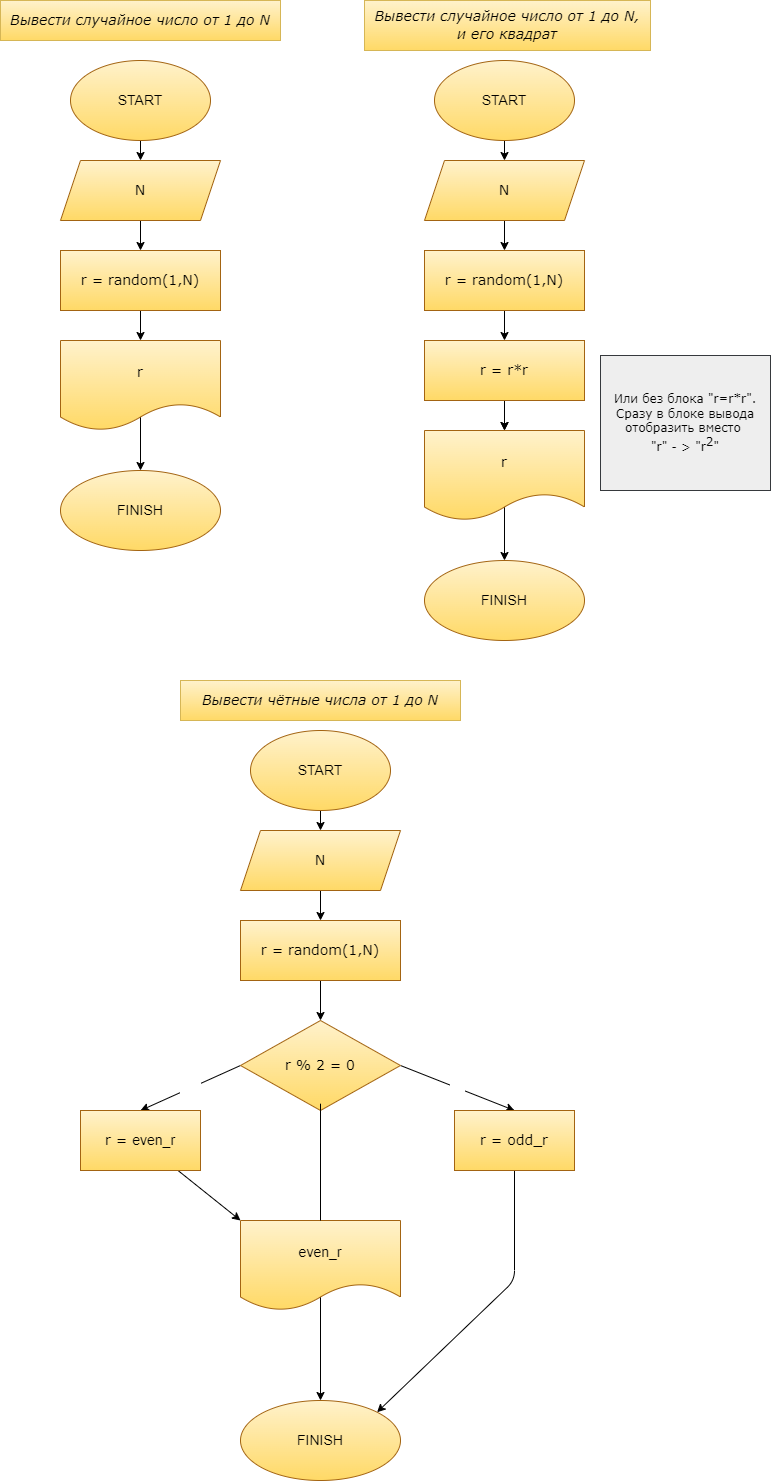
szely/practice_temp keeps this draw.io diagram as flowchart.drawio.png. Above is the earlier version. Source tidied: cells renumbered, new cells last; positions are measured from the earlier drawing's top-left corner, leaving out a move shared by most shapes. The source it was exported from:
```xml
<mxGraphModel>
  <root>
    <mxCell id="0" />
    <mxCell id="1" parent="0" />
    <mxCell id="2" style="edgeStyle=none;html=1;fontFamily=Verdana;fontSize=12;fontColor=#000000;" parent="1" edge="1" source="3" target="6">
      <mxGeometry relative="1" as="geometry" />
    </mxCell>
    <mxCell id="3" value="START" style="ellipse;whiteSpace=wrap;html=1;fillColor=#fff2cc;gradientColor=#ffd966;strokeColor=#A36412;fontColor=#000000;fontSize=14;" parent="1" vertex="1">
      <mxGeometry x="70" y="60" width="140" height="80" as="geometry" />
    </mxCell>
    <mxCell id="4" value="&lt;span style=&quot;font-size: 14px;&quot;&gt;&lt;font face=&quot;Verdana&quot; style=&quot;font-size: 14px;&quot;&gt;Вывести&amp;nbsp;&lt;span style=&quot;font-size: 14px;&quot;&gt;случайное число от 1 до N&lt;/span&gt;&lt;/font&gt;&lt;/span&gt;" style="text;html=1;strokeColor=#d6b656;fillColor=#fff2cc;align=center;verticalAlign=middle;whiteSpace=wrap;rounded=0;strokeWidth=1;gradientColor=#ffd966;labelBorderColor=none;labelBackgroundColor=none;fontStyle=2;fontFamily=Times New Roman;fontSize=14;fontColor=#000000;" parent="1" vertex="1">
      <mxGeometry width="280" height="40" as="geometry" />
    </mxCell>
    <mxCell id="5" style="edgeStyle=none;html=1;fontFamily=Verdana;fontSize=12;fontColor=#000000;" parent="1" edge="1" source="6" target="8">
      <mxGeometry relative="1" as="geometry" />
    </mxCell>
    <mxCell id="6" value="N" style="shape=parallelogram;perimeter=parallelogramPerimeter;whiteSpace=wrap;html=1;fixedSize=1;labelBackgroundColor=none;labelBorderColor=none;fontFamily=Verdana;fontSize=14;strokeWidth=1;fillColor=#fff2cc;gradientColor=#ffd966;strokeColor=#A36412;fontColor=#000000;" parent="1" vertex="1">
      <mxGeometry x="60" y="160" width="160" height="60" as="geometry" />
    </mxCell>
    <mxCell id="7" style="edgeStyle=none;html=1;fontFamily=Verdana;fontSize=14;fontColor=#000000;" parent="1" edge="1" source="8" target="10">
      <mxGeometry relative="1" as="geometry" />
    </mxCell>
    <mxCell id="8" value="&lt;font color=&quot;#000000&quot; style=&quot;font-size: 14px;&quot;&gt;r = random(1,N)&lt;/font&gt;" style="rounded=0;whiteSpace=wrap;html=1;labelBackgroundColor=none;labelBorderColor=none;fontFamily=Verdana;fontSize=14;strokeColor=#A36412;strokeWidth=1;fillColor=#fff2cc;gradientColor=#ffd966;" parent="1" vertex="1">
      <mxGeometry x="60" y="250" width="160" height="60" as="geometry" />
    </mxCell>
    <mxCell id="9" style="edgeStyle=none;html=1;fontFamily=Verdana;fontSize=14;fontColor=#000000;" parent="1" edge="1" source="10" target="11">
      <mxGeometry relative="1" as="geometry">
        <Array as="points">
          <mxPoint x="140" y="430" />
          <mxPoint x="140" y="390" />
        </Array>
      </mxGeometry>
    </mxCell>
    <mxCell id="10" value="r" style="shape=document;whiteSpace=wrap;html=1;boundedLbl=1;labelBackgroundColor=none;labelBorderColor=none;fontFamily=Verdana;fontSize=14;strokeColor=#A36412;strokeWidth=1;fillColor=#fff2cc;gradientColor=#ffd966;fontColor=#000000;" parent="1" vertex="1">
      <mxGeometry x="60" y="340" width="160" height="90" as="geometry" />
    </mxCell>
    <mxCell id="11" value="FINISH" style="ellipse;whiteSpace=wrap;html=1;fillColor=#fff2cc;gradientColor=#ffd966;strokeColor=#A36412;fontColor=#000000;fontSize=14;" parent="1" vertex="1">
      <mxGeometry x="60" y="470" width="160" height="80" as="geometry" />
    </mxCell>
    <mxCell id="12" style="edgeStyle=none;html=1;fontFamily=Verdana;fontSize=12;fontColor=#000000;" parent="1" edge="1" source="13" target="16">
      <mxGeometry relative="1" as="geometry" />
    </mxCell>
    <mxCell id="13" value="START" style="ellipse;whiteSpace=wrap;html=1;fillColor=#fff2cc;gradientColor=#ffd966;strokeColor=#A36412;fontColor=#000000;fontSize=14;" parent="1" vertex="1">
      <mxGeometry x="434" y="60" width="140" height="80" as="geometry" />
    </mxCell>
    <mxCell id="14" value="&lt;span style=&quot;font-size: 14px&quot;&gt;&lt;font style=&quot;font-size: 14px&quot;&gt;Вывести&amp;nbsp;&lt;span style=&quot;font-size: 14px&quot;&gt;случайное число от 1 до N,&lt;br&gt;&lt;/span&gt;&lt;/font&gt;&lt;/span&gt;&lt;div style=&quot;line-height: 19px&quot;&gt;и его квадрат&lt;/div&gt;" style="text;html=1;strokeColor=#d6b656;fillColor=#fff2cc;align=center;verticalAlign=middle;whiteSpace=wrap;rounded=0;strokeWidth=1;gradientColor=#ffd966;labelBorderColor=none;labelBackgroundColor=none;fontStyle=2;fontFamily=Verdana;fontSize=14;fontColor=#000000;" parent="1" vertex="1">
      <mxGeometry x="364" width="286" height="50" as="geometry" />
    </mxCell>
    <mxCell id="15" style="edgeStyle=none;html=1;fontFamily=Verdana;fontSize=12;fontColor=#000000;" parent="1" edge="1" source="16" target="19">
      <mxGeometry relative="1" as="geometry" />
    </mxCell>
    <mxCell id="16" value="N" style="shape=parallelogram;perimeter=parallelogramPerimeter;whiteSpace=wrap;html=1;fixedSize=1;labelBackgroundColor=none;labelBorderColor=none;fontFamily=Verdana;fontSize=14;strokeWidth=1;fillColor=#fff2cc;gradientColor=#ffd966;strokeColor=#A36412;fontColor=#000000;" parent="1" vertex="1">
      <mxGeometry x="424" y="160" width="160" height="60" as="geometry" />
    </mxCell>
    <mxCell id="17" style="edgeStyle=none;html=1;fontFamily=Verdana;fontSize=14;fontColor=#000000;startArrow=none;" parent="1" edge="1" source="34" target="21">
      <mxGeometry relative="1" as="geometry" />
    </mxCell>
    <mxCell id="18" style="edgeStyle=none;html=1;fontFamily=Verdana;fontSize=14;fontColor=#000000;" parent="1" edge="1" source="19" target="34">
      <mxGeometry relative="1" as="geometry" />
    </mxCell>
    <mxCell id="19" value="&lt;font color=&quot;#000000&quot; style=&quot;font-size: 14px;&quot;&gt;r = random(1,N)&lt;/font&gt;" style="rounded=0;whiteSpace=wrap;html=1;labelBackgroundColor=none;labelBorderColor=none;fontFamily=Verdana;fontSize=14;strokeColor=#A36412;strokeWidth=1;fillColor=#fff2cc;gradientColor=#ffd966;" parent="1" vertex="1">
      <mxGeometry x="424" y="250" width="160" height="60" as="geometry" />
    </mxCell>
    <mxCell id="20" style="edgeStyle=none;html=1;fontFamily=Verdana;fontSize=14;fontColor=#000000;" parent="1" edge="1" source="21" target="22">
      <mxGeometry relative="1" as="geometry">
        <Array as="points">
          <mxPoint x="504" y="430" />
        </Array>
      </mxGeometry>
    </mxCell>
    <mxCell id="21" value="r" style="shape=document;whiteSpace=wrap;html=1;boundedLbl=1;labelBackgroundColor=none;labelBorderColor=none;fontFamily=Verdana;fontSize=14;strokeColor=#A36412;strokeWidth=1;fillColor=#fff2cc;gradientColor=#ffd966;fontColor=#000000;" parent="1" vertex="1">
      <mxGeometry x="424" y="430" width="160" height="90" as="geometry" />
    </mxCell>
    <mxCell id="22" value="FINISH" style="ellipse;whiteSpace=wrap;html=1;fillColor=#fff2cc;gradientColor=#ffd966;strokeColor=#A36412;fontColor=#000000;fontSize=14;" parent="1" vertex="1">
      <mxGeometry x="424" y="560" width="160" height="80" as="geometry" />
    </mxCell>
    <mxCell id="23" style="edgeStyle=none;html=1;fontFamily=Verdana;fontSize=12;fontColor=#000000;" parent="1" edge="1" source="24" target="27">
      <mxGeometry relative="1" as="geometry" />
    </mxCell>
    <mxCell id="24" value="START" style="ellipse;whiteSpace=wrap;html=1;fillColor=#fff2cc;gradientColor=#ffd966;strokeColor=#A36412;fontColor=#000000;fontSize=14;" parent="1" vertex="1">
      <mxGeometry x="250" y="730" width="140" height="80" as="geometry" />
    </mxCell>
    <mxCell id="25" value="&lt;span style=&quot;font-size: 14px&quot;&gt;&lt;font style=&quot;font-size: 14px&quot;&gt;Вывести&amp;nbsp;&lt;/font&gt;&lt;/span&gt;&lt;span&gt;чётные числа от 1 до N&lt;/span&gt;" style="text;html=1;strokeColor=#d6b656;fillColor=#fff2cc;align=center;verticalAlign=middle;whiteSpace=wrap;rounded=0;strokeWidth=1;gradientColor=#ffd966;labelBorderColor=none;labelBackgroundColor=none;fontStyle=2;fontFamily=Verdana;fontSize=14;fontColor=#000000;" parent="1" vertex="1">
      <mxGeometry x="180" y="680" width="280" height="40" as="geometry" />
    </mxCell>
    <mxCell id="26" style="edgeStyle=none;html=1;fontFamily=Verdana;fontSize=12;fontColor=#000000;" parent="1" edge="1" source="27" target="29">
      <mxGeometry relative="1" as="geometry" />
    </mxCell>
    <mxCell id="27" value="N" style="shape=parallelogram;perimeter=parallelogramPerimeter;whiteSpace=wrap;html=1;fixedSize=1;labelBackgroundColor=none;labelBorderColor=none;fontFamily=Verdana;fontSize=14;strokeWidth=1;fillColor=#fff2cc;gradientColor=#ffd966;strokeColor=#A36412;fontColor=#000000;" parent="1" vertex="1">
      <mxGeometry x="240" y="830" width="160" height="60" as="geometry" />
    </mxCell>
    <mxCell id="28" style="edgeStyle=none;html=1;fontFamily=Verdana;fontSize=12;fontColor=#000000;" parent="1" edge="1" source="29" target="38">
      <mxGeometry relative="1" as="geometry" />
    </mxCell>
    <mxCell id="29" value="&lt;font color=&quot;#000000&quot; style=&quot;font-size: 14px;&quot;&gt;r = random(1,N)&lt;/font&gt;" style="rounded=0;whiteSpace=wrap;html=1;labelBackgroundColor=none;labelBorderColor=none;fontFamily=Verdana;fontSize=14;strokeColor=#A36412;strokeWidth=1;fillColor=#fff2cc;gradientColor=#ffd966;" parent="1" vertex="1">
      <mxGeometry x="240" y="920" width="160" height="60" as="geometry" />
    </mxCell>
    <mxCell id="30" style="edgeStyle=none;html=1;fontFamily=Verdana;fontSize=14;fontColor=#000000;startArrow=none;" parent="1" edge="1" source="38" target="32">
      <mxGeometry relative="1" as="geometry">
        <Array as="points">
          <mxPoint x="320" y="1060" />
        </Array>
      </mxGeometry>
    </mxCell>
    <mxCell id="31" value="&lt;span style=&quot;color: rgb(0 , 0 , 0) ; font-size: 14px ; font-style: normal ; font-weight: 400 ; letter-spacing: normal ; text-align: center ; text-indent: 0px ; text-transform: none ; word-spacing: 0px ; font-family: &amp;#34;roboto&amp;#34; , &amp;#34;robotodraft&amp;#34; , &amp;#34;helvetica&amp;#34; , &amp;#34;arial&amp;#34; , sans-serif&quot;&gt;even_r&lt;/span&gt;" style="shape=document;whiteSpace=wrap;html=1;boundedLbl=1;labelBackgroundColor=none;labelBorderColor=none;fontFamily=Verdana;fontSize=14;strokeColor=#A36412;strokeWidth=1;fillColor=#fff2cc;gradientColor=#ffd966;fontColor=#000000;" parent="1" vertex="1">
      <mxGeometry x="240" y="1220" width="160" height="90" as="geometry" />
    </mxCell>
    <mxCell id="32" value="FINISH" style="ellipse;whiteSpace=wrap;html=1;fillColor=#fff2cc;gradientColor=#ffd966;strokeColor=#A36412;fontColor=#000000;fontSize=14;" parent="1" vertex="1">
      <mxGeometry x="240" y="1400" width="160" height="80" as="geometry" />
    </mxCell>
    <mxCell id="33" style="edgeStyle=none;html=1;fontFamily=Verdana;fontSize=14;fontColor=#000000;" parent="1" edge="1" source="34" target="21">
      <mxGeometry relative="1" as="geometry" />
    </mxCell>
    <mxCell id="34" value="&lt;font color=&quot;#000000&quot; style=&quot;font-size: 14px&quot;&gt;r = r*r&lt;/font&gt;" style="rounded=0;whiteSpace=wrap;html=1;labelBackgroundColor=none;labelBorderColor=none;fontFamily=Verdana;fontSize=14;strokeColor=#A36412;strokeWidth=1;fillColor=#fff2cc;gradientColor=#ffd966;" parent="1" vertex="1">
      <mxGeometry x="424" y="340" width="160" height="60" as="geometry" />
    </mxCell>
    <mxCell id="35" value="Или без блока &quot;r=r*r&quot;. Сразу в блоке вывода отобразить вместо &lt;br&gt;&quot;r&quot; - &amp;gt; &quot;r&lt;sup style=&quot;font-size: 12px&quot;&gt;2&lt;/sup&gt;&quot;" style="text;html=1;strokeColor=#36393d;fillColor=#eeeeee;align=center;verticalAlign=middle;whiteSpace=wrap;rounded=0;labelBackgroundColor=none;labelBorderColor=none;fontFamily=Verdana;fontSize=12;fontColor=#000000;" parent="1" vertex="1">
      <mxGeometry x="600" y="355" width="170" height="135" as="geometry" />
    </mxCell>
    <mxCell id="36" value="yes" style="edgeStyle=none;html=1;exitX=0;exitY=0.5;exitDx=0;exitDy=0;fontFamily=Verdana;fontSize=12;fontColor=#FFFFFF;entryX=0.5;entryY=0;entryDx=0;entryDy=0;" parent="1" edge="1" source="38" target="41">
      <mxGeometry relative="1" as="geometry" />
    </mxCell>
    <mxCell id="37" value="no" style="edgeStyle=none;html=1;fontFamily=Verdana;fontSize=12;fontColor=#FFFFFF;entryX=0.5;entryY=0;entryDx=0;entryDy=0;exitX=1;exitY=0.5;exitDx=0;exitDy=0;" parent="1" edge="1" source="38" target="43">
      <mxGeometry relative="1" as="geometry" />
    </mxCell>
    <mxCell id="38" value="r % 2 = 0" style="rhombus;whiteSpace=wrap;html=1;labelBackgroundColor=none;labelBorderColor=none;fontFamily=Verdana;fontSize=14;strokeColor=#A36412;strokeWidth=1;fillColor=#fff2cc;gradientColor=#ffd966;fontColor=#000000;" parent="1" vertex="1">
      <mxGeometry x="240" y="1020" width="160" height="90" as="geometry" />
    </mxCell>
    <mxCell id="39" style="edgeStyle=none;html=1;fontFamily=Verdana;fontSize=14;fontColor=#000000;endArrow=none;" parent="1" edge="1" source="31" target="38">
      <mxGeometry relative="1" as="geometry">
        <Array as="points">
          <mxPoint x="320" y="1100" />
        </Array>
      </mxGeometry>
    </mxCell>
    <mxCell id="40" style="edgeStyle=none;html=1;fontFamily=Verdana;fontSize=14;fontColor=#000000;" parent="1" edge="1" source="41">
      <mxGeometry relative="1" as="geometry">
        <mxPoint x="240" y="1220" as="targetPoint" />
      </mxGeometry>
    </mxCell>
    <mxCell id="41" value="&lt;font style=&quot;font-size: 14px&quot;&gt;r =&amp;nbsp;&lt;span style=&quot;font-family: &amp;#34;roboto&amp;#34; , &amp;#34;robotodraft&amp;#34; , &amp;#34;helvetica&amp;#34; , &amp;#34;arial&amp;#34; , sans-serif&quot;&gt;even_r&lt;/span&gt;&lt;/font&gt;" style="rounded=0;whiteSpace=wrap;html=1;labelBackgroundColor=none;labelBorderColor=none;fontFamily=Verdana;fontSize=14;strokeColor=#A36412;strokeWidth=1;fillColor=#fff2cc;gradientColor=#ffd966;fontColor=#000000;" parent="1" vertex="1">
      <mxGeometry x="80" y="1110" width="120" height="60" as="geometry" />
    </mxCell>
    <mxCell id="42" style="edgeStyle=none;html=1;fontFamily=Verdana;fontSize=14;fontColor=#000000;entryX=1;entryY=0;entryDx=0;entryDy=0;" parent="1" edge="1" source="43" target="32">
      <mxGeometry relative="1" as="geometry">
        <Array as="points">
          <mxPoint x="514" y="1280" />
        </Array>
      </mxGeometry>
    </mxCell>
    <mxCell id="43" value="r =&amp;nbsp;odd_r" style="rounded=0;whiteSpace=wrap;html=1;labelBackgroundColor=none;labelBorderColor=none;fontFamily=Verdana;fontSize=14;strokeColor=#A36412;strokeWidth=1;fillColor=#fff2cc;gradientColor=#ffd966;fontColor=#000000;" parent="1" vertex="1">
      <mxGeometry x="454" y="1110" width="120" height="60" as="geometry" />
    </mxCell>
  </root>
</mxGraphModel>
```
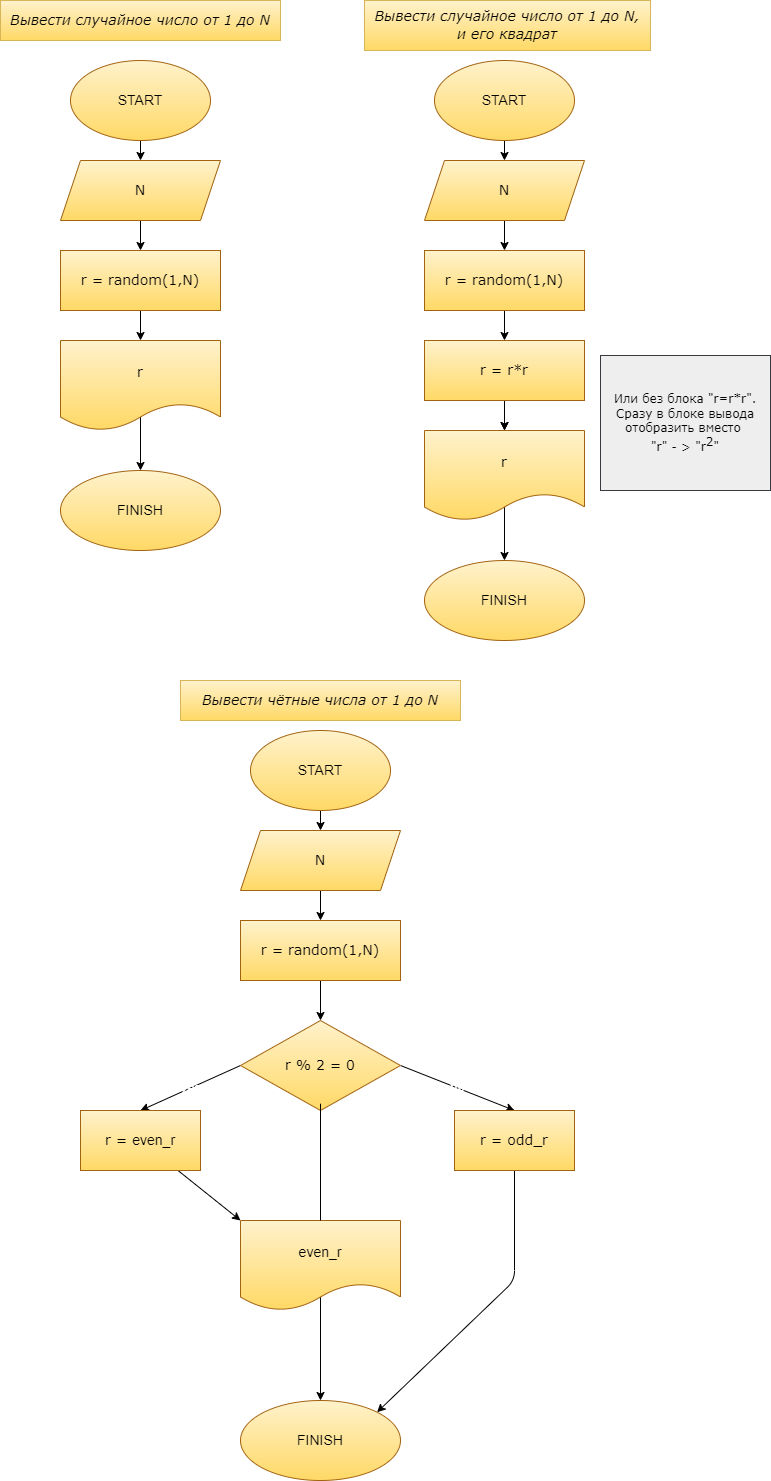
The same diagram one commit later.

Commit message:
убрала фон у да-нет у блок-схем

What changed in the source:
```diff
@@ -117,10 +117,10 @@
     <mxCell id="35" value="Или без блока &quot;r=r*r&quot;. Сразу в блоке вывода отобразить вместо &lt;br&gt;&quot;r&quot; - &amp;gt; &quot;r&lt;sup style=&quot;font-size: 12px&quot;&gt;2&lt;/sup&gt;&quot;" style="text;html=1;strokeColor=#36393d;fillColor=#eeeeee;align=center;verticalAlign=middle;whiteSpace=wrap;rounded=0;labelBackgroundColor=none;labelBorderColor=none;fontFamily=Verdana;fontSize=12;fontColor=#000000;" parent="1" vertex="1">
       <mxGeometry x="600" y="355" width="170" height="135" as="geometry" />
     </mxCell>
-    <mxCell id="36" value="yes" style="edgeStyle=none;html=1;exitX=0;exitY=0.5;exitDx=0;exitDy=0;fontFamily=Verdana;fontSize=12;fontColor=#FFFFFF;entryX=0.5;entryY=0;entryDx=0;entryDy=0;" parent="1" edge="1" source="38" target="41">
+    <mxCell id="36" value="yes" style="edgeStyle=none;html=1;exitX=0;exitY=0.5;exitDx=0;exitDy=0;fontFamily=Verdana;fontSize=12;fontColor=#FFFFFF;entryX=0.5;entryY=0;entryDx=0;entryDy=0;labelBackgroundColor=none;" parent="1" edge="1" source="38" target="41">
       <mxGeometry relative="1" as="geometry" />
     </mxCell>
-    <mxCell id="37" value="no" style="edgeStyle=none;html=1;fontFamily=Verdana;fontSize=12;fontColor=#FFFFFF;entryX=0.5;entryY=0;entryDx=0;entryDy=0;exitX=1;exitY=0.5;exitDx=0;exitDy=0;" parent="1" edge="1" source="38" target="43">
+    <mxCell id="37" value="no" style="edgeStyle=none;html=1;fontFamily=Verdana;fontSize=12;fontColor=#FFFFFF;entryX=0.5;entryY=0;entryDx=0;entryDy=0;exitX=1;exitY=0.5;exitDx=0;exitDy=0;labelBackgroundColor=none;" parent="1" edge="1" source="38" target="43">
       <mxGeometry relative="1" as="geometry" />
     </mxCell>
     <mxCell id="38" value="r % 2 = 0" style="rhombus;whiteSpace=wrap;html=1;labelBackgroundColor=none;labelBorderColor=none;fontFamily=Verdana;fontSize=14;strokeColor=#A36412;strokeWidth=1;fillColor=#fff2cc;gradientColor=#ffd966;fontColor=#000000;" parent="1" vertex="1">
```
